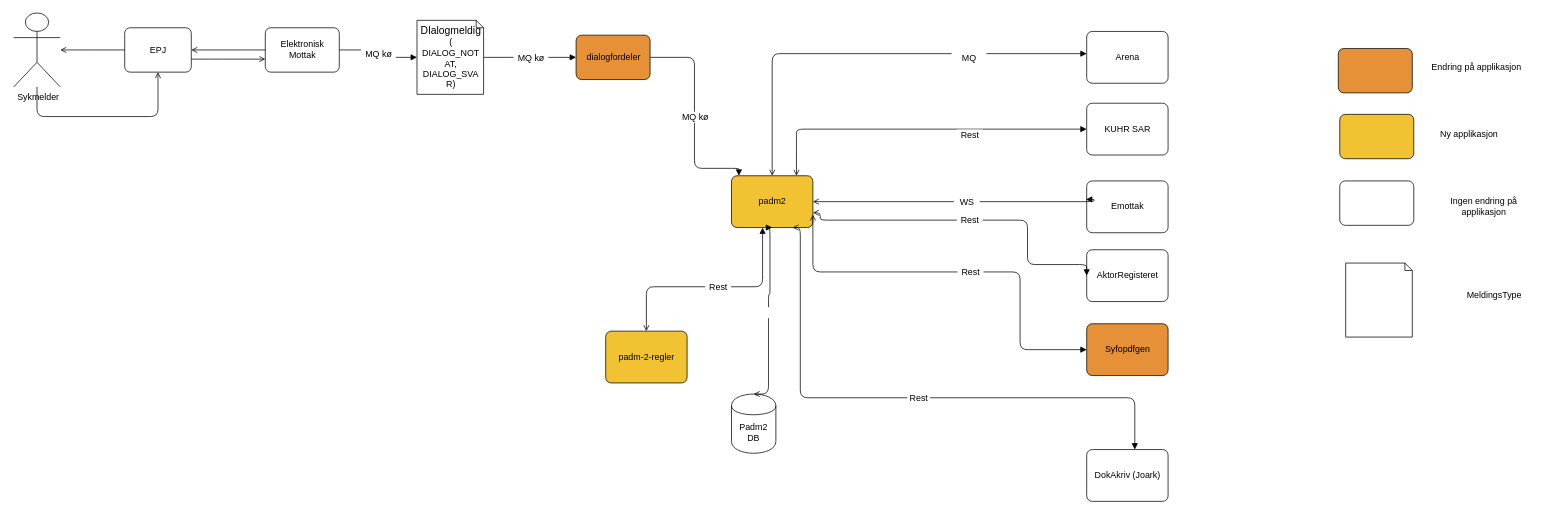
navikt/padm2 keeps this draw.io diagram as src/flowchart/flyttdiagram.drawio. Above is the earlier version. Source tidied: cells renumbered, new cells numbered last; positions are measured from the earlier drawing's top-left corner, leaving out a move shared by most shapes. Both pictures are drawn from the tidied source at 74%, with x=0, y=0 at pixel (13, 13).
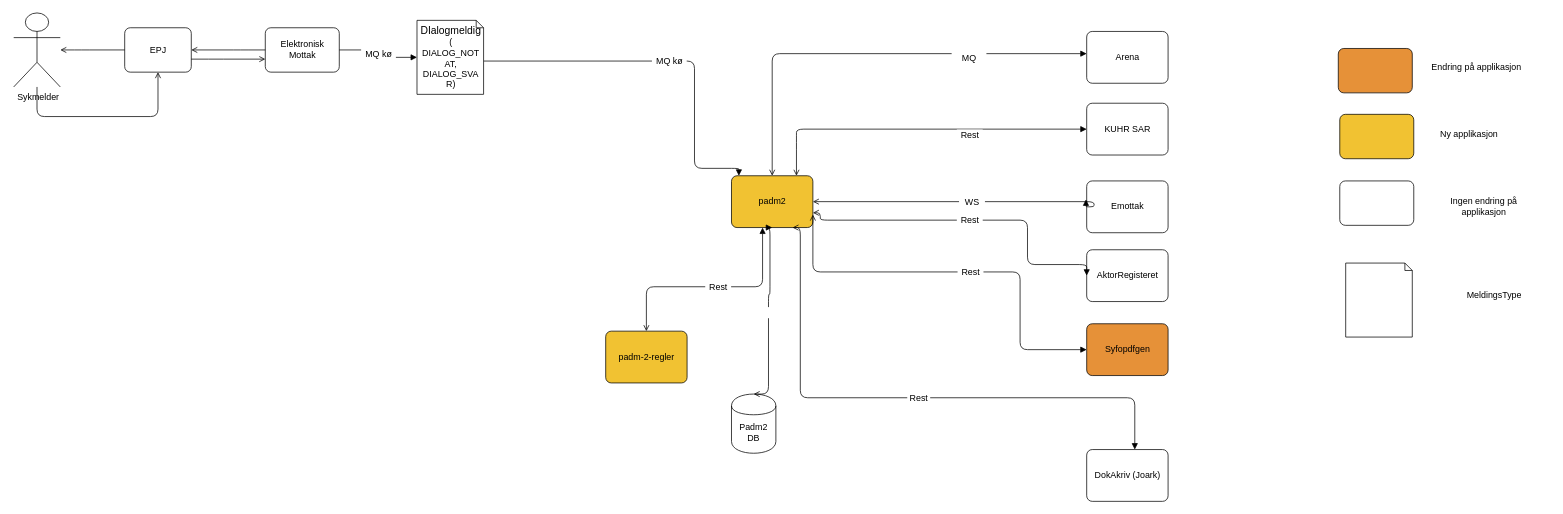
Above is the later version.

Commit message (it also covers changes not shown here):
Oppdaterer diagrammet

Unchanged cells that the change refers to:
```xml
<mxCell id="4" value="&lt;div style='width: 103.333336px;height:auto;word-break: break-word;'&gt;&lt;div align=&quot;center&quot;&gt;&lt;span style=&quot;text-decoration:none;font-family:Arial;font-size:12px; line-height: 0;&quot;&gt;&lt;span style=&quot;text-decoration:none; line-height: normal;&quot;&gt;padm&lt;/span&gt;&lt;/span&gt;&lt;span style=&quot; line-height: normal;&quot;&gt;2&lt;/span&gt;&lt;/div&gt;&lt;/div&gt;" style="shape=ext;rounded=1;arcSize=15;absoluteArcSize=1;shadow=0;strokeWidth=1;fillColor=#f1c232;strokeColor=#000000;opacity=100.0;html=1;nl2Br=0;verticalAlign=middle;align=center;spacingLeft=1.8333334;spacingRight=0;whiteSpace=wrap;gliffyId=33;" parent="1" vertex="1">
  <mxGeometry x="970" y="220" width="110" height="70" as="geometry" />
</mxCell>
<mxCell id="29" value="&lt;div style='width: 83.0px;height:auto;word-break: break-word;'&gt;&lt;div align=&quot;center&quot;&gt;&lt;span style=&quot;text-decoration:none;font-family:Arial;font-size:12px; line-height: 0;&quot;&gt;&lt;span style=&quot;text-decoration:none; line-height: 0;&quot;&gt;&lt;span style=&quot;font-size:14px; line-height: normal;&quot;&gt;DIalogmeldig&lt;/span&gt;(&lt;/span&gt;&lt;/span&gt;&lt;/div&gt;&lt;div align=&quot;center&quot;&gt;&lt;span style=&quot;text-decoration:none;font-family:Arial;font-size:12px; line-height: 0;&quot;&gt;&lt;span style=&quot;text-decoration:none; line-height: normal;&quot;&gt;DIALOG_NOTAT, DIALOG_SVAR)&lt;/span&gt;&lt;/span&gt;&lt;/div&gt;&lt;/div&gt;" style="shape=note;size=10;shadow=0;strokeWidth=1;fillColor=#FFFFFF;strokeColor=#000000;opacity=100.0;html=1;nl2Br=0;verticalAlign=middle;align=center;spacingLeft=8.0;spacingRight=6;whiteSpace=wrap;gliffyId=60;" parent="1" vertex="1">
  <mxGeometry x="545" y="10" width="90" height="100" as="geometry" />
</mxCell>
<mxCell id="38" value="&lt;div style='width: 103.333336px;height:auto;word-break: break-word;'&gt;&lt;div align=&quot;center&quot;&gt;&lt;span style=&quot;text-decoration:none;font-family:Arial;font-size:12px; line-height: 0;&quot;&gt;&lt;span style=&quot;text-decoration:none; line-height: normal;&quot;&gt;Emottak&lt;/span&gt;&lt;/span&gt;&lt;/div&gt;&lt;/div&gt;" style="shape=ext;rounded=1;arcSize=15;absoluteArcSize=1;shadow=0;strokeWidth=1;fillColor=#ffffff;strokeColor=#000000;opacity=100.0;html=1;nl2Br=0;verticalAlign=middle;align=center;spacingLeft=1.8333334;spacingRight=0;whiteSpace=wrap;gliffyId=107;" parent="1" vertex="1">
  <mxGeometry x="1450" y="227" width="110" height="70" as="geometry" />
</mxCell>
```

The edit, as a diff of the source:
```diff
@@
-    <mxCell id="5" style="shape=filledEdge;strokeWidth=1;strokeColor=#000000;fillColor=none;startArrow=none;startFill=0;startSize=6;endArrow=block;endFill=1;endSize=6;rounded=1;html=1;nl2Br=0;gliffyId=31;exitX=1.0;exitY=0.5;exitPerimeter=0;entryX=0.0;entryY=0.5;entryPerimeter=0;edgeStyle=orthogonalEdgeStyle;" parent="1" edge="1" source="29" target="34">
-      <mxGeometry relative="1" as="geometry">
-        <Array as="points">
-          <mxPoint x="635" y="60" />
-          <mxPoint x="676.7" y="60" />
-          <mxPoint x="718.3" y="60" />
-          <mxPoint x="760" y="60" />
-        </Array>
-      </mxGeometry>
-    </mxCell>
-    <mxCell id="6" value="&lt;div style='width: 47.0px;height:auto;word-break: break-word;'&gt;&lt;div align=&quot;center&quot;&gt;&lt;span style=&quot;font-family:Arial;font-size:12px; line-height: normal;&quot;&gt;MQ kø&lt;/span&gt;&lt;/div&gt;&lt;/div&gt;" style="text;html=1;nl2Br=0;labelBackgroundColor=#FFFFFF;html=1;nl2Br=0;verticalAlign=middle;align=center;spacingLeft=0.0;spacingRight=0;gliffyId=32;" parent="5" vertex="1">
-      <mxGeometry relative="1" as="geometry" />
-    </mxCell>
@@
-    <mxCell id="27" style="shape=filledEdge;strokeWidth=1;strokeColor=#000000;fillColor=none;startArrow=none;startFill=0;startSize=6;endArrow=block;endFill=1;endSize=6;rounded=1;html=1;nl2Br=0;gliffyId=54;edgeStyle=orthogonalEdgeStyle;" parent="1" edge="1" source="34" target="4">
+    <mxCell id="27" style="shape=filledEdge;strokeWidth=1;strokeColor=#000000;fillColor=none;startArrow=none;startFill=0;startSize=6;endArrow=block;endFill=1;endSize=6;rounded=1;html=1;nl2Br=0;gliffyId=54;edgeStyle=orthogonalEdgeStyle;exitX=0;exitY=0;exitDx=90;exitDy=55;exitPerimeter=0;" parent="1" edge="1" source="29" target="4">
       <mxGeometry relative="1" as="geometry">
         <Array as="points">
-          <mxPoint x="860" y="60" />
-          <mxPoint x="920" y="60" />
+          <mxPoint x="920" y="65" />
           <mxPoint x="920" y="210" />
           <mxPoint x="980" y="210" />
         </Array>
       </mxGeometry>
     </mxCell>
@@
-    <mxCell id="34" value="&lt;div style='width: 93.0px;height:auto;word-break: break-word;'&gt;&lt;div align=&quot;center&quot;&gt;&lt;span style=&quot;text-decoration:none;font-family:Arial;font-size:12px; line-height: 0;&quot;&gt;&lt;span style=&quot;text-decoration:none; line-height: normal;&quot;&gt;dialogfordeler&lt;/span&gt;&lt;/span&gt;&lt;/div&gt;&lt;/div&gt;" style="shape=ext;rounded=1;arcSize=15;absoluteArcSize=1;shadow=0;strokeWidth=1;fillColor=#E69138;strokeColor=#000000;opacity=100.0;html=1;nl2Br=0;verticalAlign=middle;align=center;spacingLeft=2.0;spacingRight=0;whiteSpace=wrap;gliffyId=75;" parent="1" vertex="1">
-      <mxGeometry x="760" y="30" width="100" height="60" as="geometry" />
-    </mxCell>
@@
     <mxCell id="41" style="shape=filledEdge;strokeWidth=1;strokeColor=#000000;fillColor=none;startArrow=open;startFill=0;startSize=6;endArrow=block;endFill=1;endSize=6;rounded=1;html=1;nl2Br=0;gliffyId=3;edgeStyle=orthogonalEdgeStyle;exitX=1;exitY=0.5;exitDx=0;exitDy=0;entryX=-0.009;entryY=0.357;entryDx=0;entryDy=0;entryPerimeter=0;" parent="1" edge="1" source="4" target="38">
       <mxGeometry relative="1" as="geometry">
         <Array as="points">
           <mxPoint x="1460" y="255" />
-          <mxPoint x="1460" y="252" />
+          <mxPoint x="1460" y="262" />
+          <mxPoint x="1449" y="262" />
         </Array>
       </mxGeometry>
     </mxCell>
```
